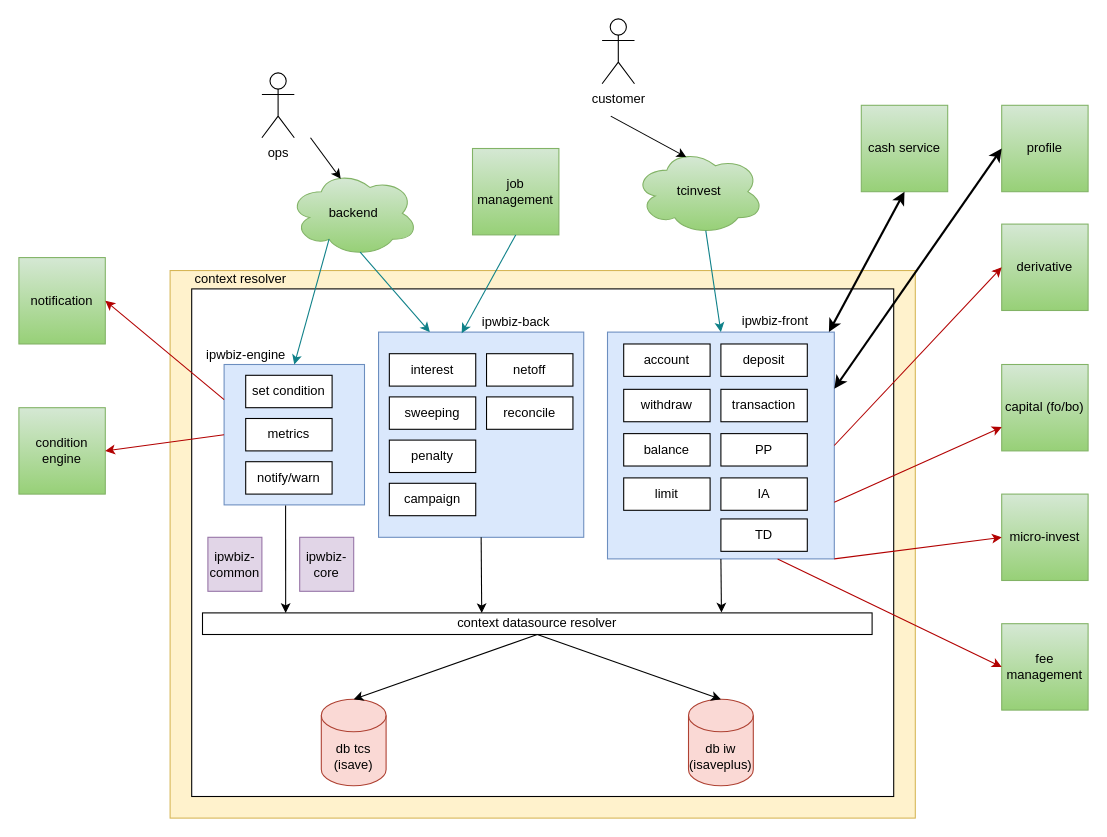
The draw.io diagram isave.drawio in khuynhthanhchiluyen/draw.io, before the edit. Source tidied: cells renumbered, new cells numbered last; positions are measured from the earlier drawing's top-left corner, leaving out a move shared by most shapes. Both pictures are drawn from the tidied source at 108%, with x=0, y=0 at pixel (18, 18).
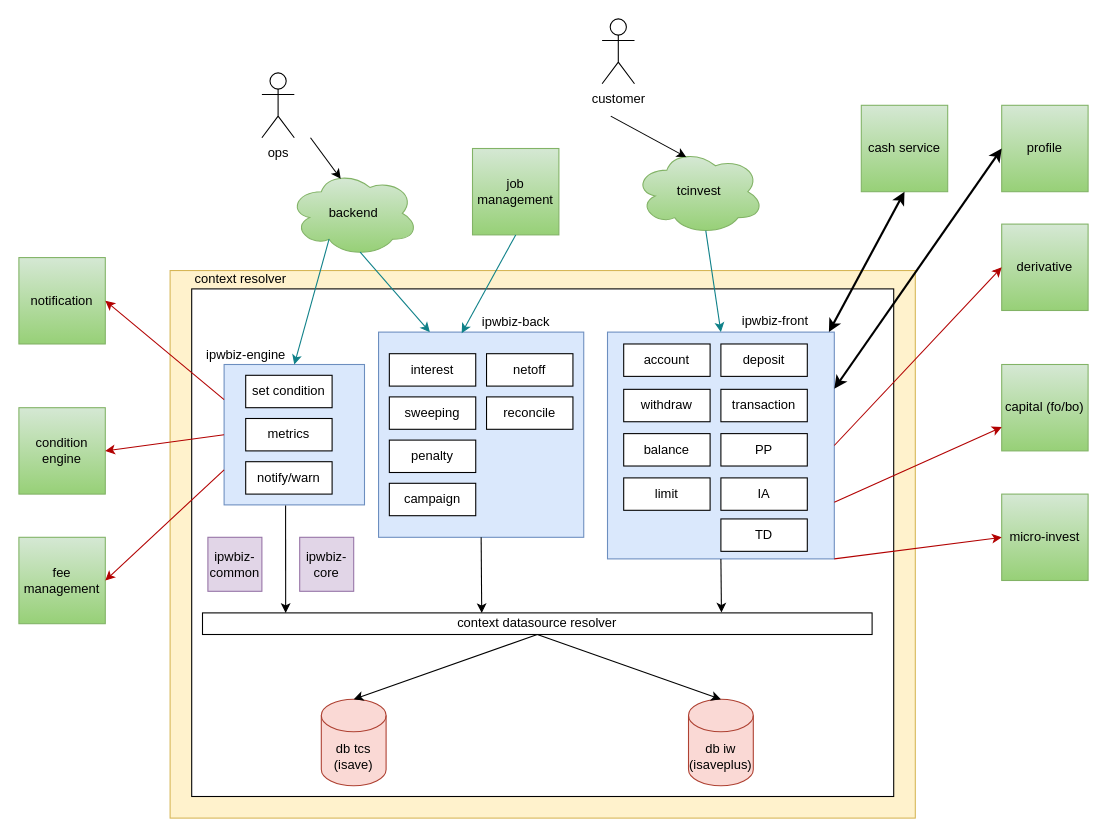
The same page after the edit.

Commit message:
Cập nhật isave.drawio

The change refers to these unchanged cells:
```xml
<mxCell id="4" style="whiteSpace=wrap;html=1;fillColor=#dae8fc;strokeColor=#6c8ebf;" parent="1" vertex="1">
  <mxGeometry x="190" y="320" width="130" height="130" as="geometry" />
</mxCell>
<mxCell id="5" style="whiteSpace=wrap;html=1;fillColor=#dae8fc;strokeColor=#6c8ebf;" parent="1" vertex="1">
  <mxGeometry x="545" y="290" width="210" height="210" as="geometry" />
</mxCell>
```

Diff of the diagram source:
```diff
@@
     <mxCell id="30" value="fee management" style="whiteSpace=wrap;html=1;fillColor=#d5e8d4;gradientColor=#97d077;strokeColor=#82b366;" parent="1" vertex="1">
-      <mxGeometry x="910" y="560" width="80" height="80" as="geometry" />
+      <mxGeometry y="480" width="80" height="80" as="geometry" />
     </mxCell>
@@
-    <mxCell id="58" style="endArrow=classic;html=1;rounded=0;fontSize=12;entryX=0;entryY=0.5;entryDx=0;entryDy=0;exitX=0.75;exitY=1;exitDx=0;exitDy=0;fillColor=#e51400;strokeColor=#B20000;" parent="1" edge="1" source="5" target="30">
+    <mxCell id="58" style="endArrow=classic;html=1;rounded=0;fontSize=12;entryX=1;entryY=0.5;entryDx=0;entryDy=0;exitX=0;exitY=0.75;exitDx=0;exitDy=0;fillColor=#e51400;strokeColor=#B20000;" parent="1" edge="1" source="4" target="30">
       <mxGeometry relative="1" as="geometry" />
     </mxCell>
```
